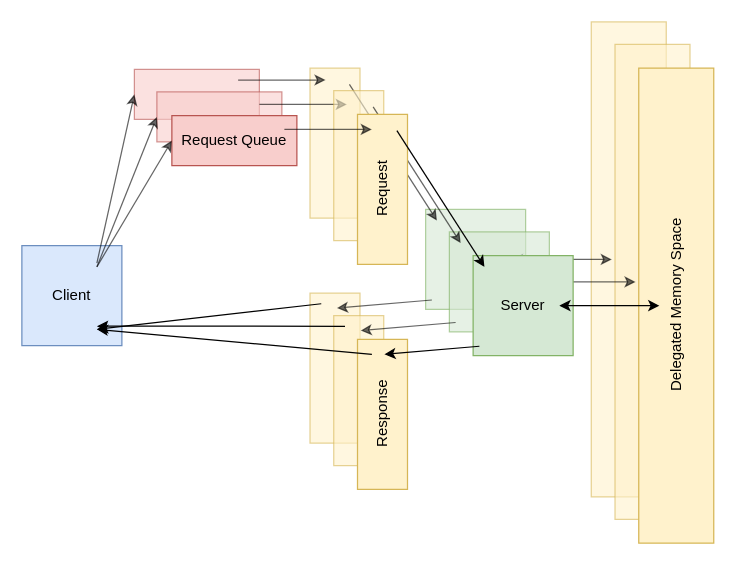
bitslab/dill_thesis keeps this draw.io diagram as FIG/dedicated_async.drawio. Above is the earlier version. Source tidied: cells renumbered, new cells numbered last; positions are measured from the earlier drawing's top-left corner, leaving out a move shared by most shapes. Both pictures are drawn from the tidied source at 125%, with x=0, y=0 at pixel (21, 21).
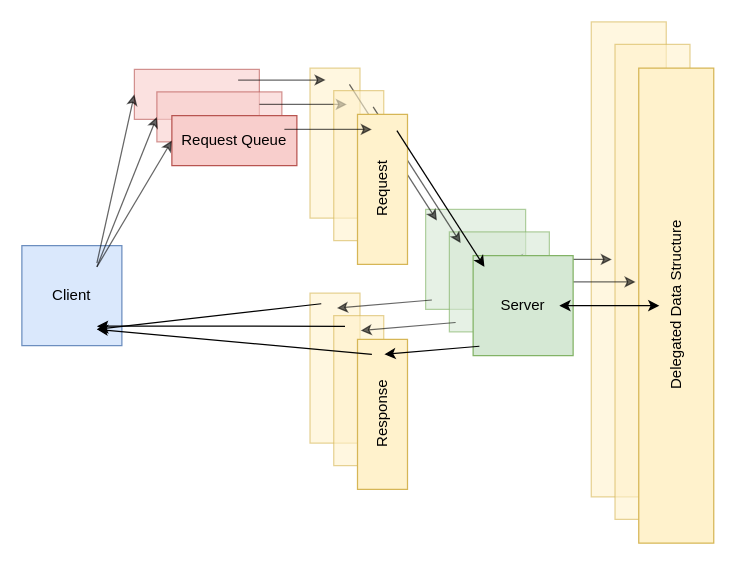
Above is the later version.

The change refers to these unchanged cells:
```xml
<mxCell id="26" style="group;" parent="25" vertex="1">
  <mxGeometry width="417.5" height="380" as="geometry" />
</mxCell>
```

What changed in the source:
```diff
@@
-    <mxCell id="29" value="Delegated Memory Space" style="rounded=0;whiteSpace=wrap;html=1;horizontal=0;fillColor=#fff2cc;strokeColor=#d6b656;" parent="26" vertex="1">
+    <mxCell id="29" value="Delegated Data Structure" style="rounded=0;whiteSpace=wrap;html=1;horizontal=0;fillColor=#fff2cc;strokeColor=#d6b656;" parent="26" vertex="1">
       <mxGeometry x="357.5" width="60" height="380" as="geometry" />
     </mxCell>
```
